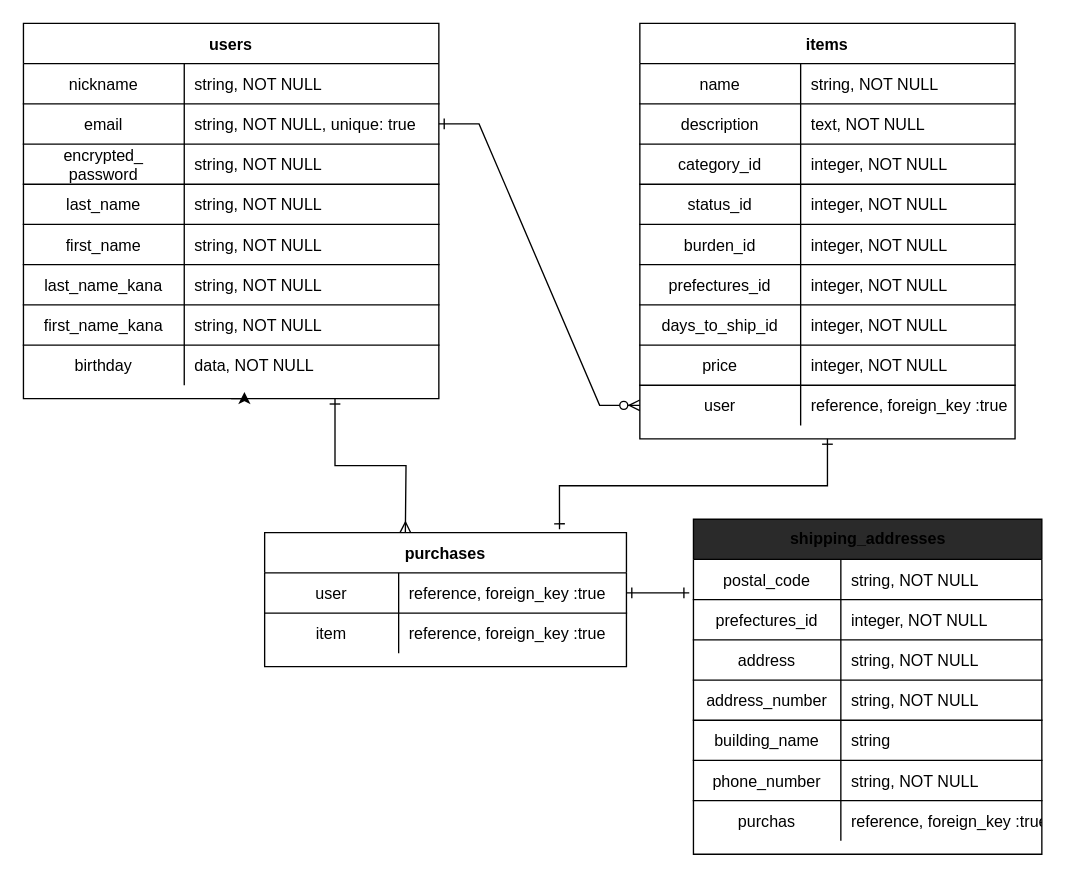
The draw.io diagram furima-35361.dio in natsumi5/furima-35361, before the edit. Source tidied: cells renumbered, new cells numbered last; positions are measured from the earlier drawing's top-left corner, leaving out a move shared by most shapes. Both pictures are drawn from the tidied source at 134%, with x=0, y=0 at pixel (23, 23).
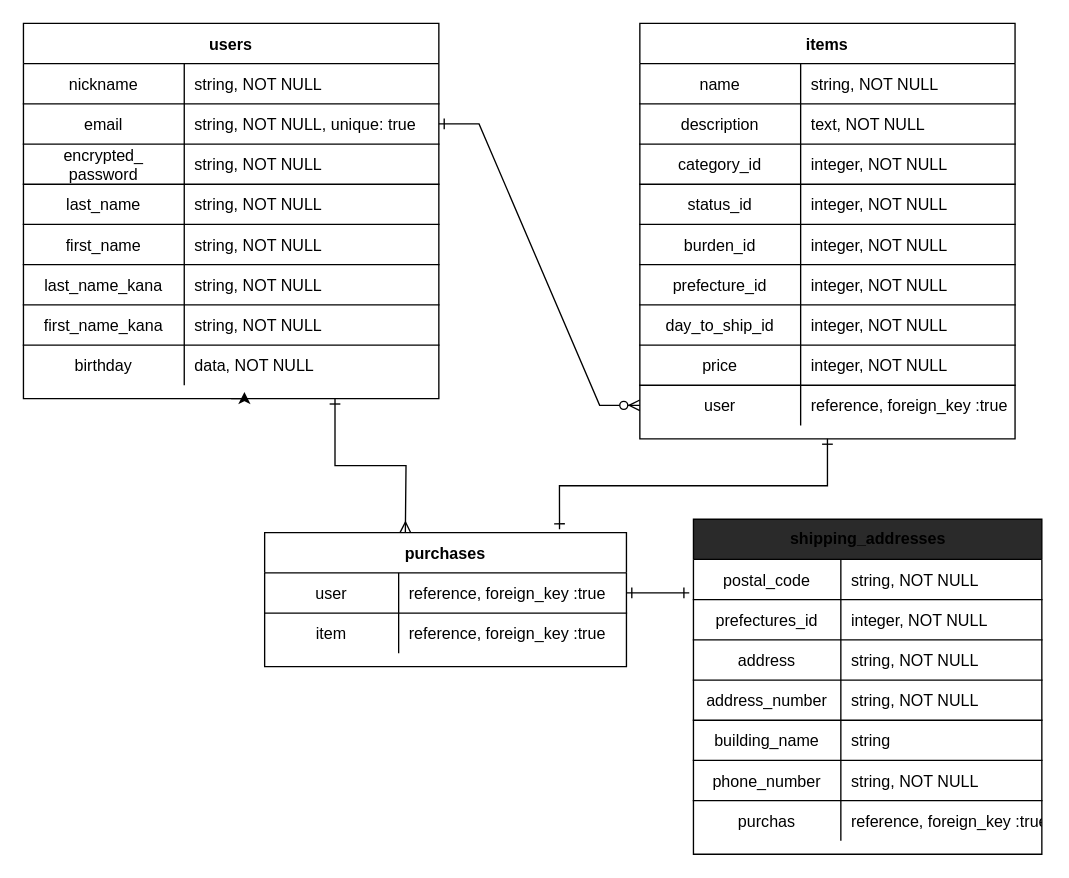
After the change.

Commit message (it also covers changes not shown here):
データベース設計修正４

Unchanged cells that the change refers to:
```xml
<mxCell id="20" style="shape=partialRectangle;fillColor=none;top=0;left=0;right=0;bottom=1;" parent="4" vertex="1">
  <mxGeometry y="180" width="280" height="30" as="geometry" />
</mxCell>
<mxCell id="23" style="shape=partialRectangle;fillColor=none;top=0;left=0;right=0;bottom=1;" parent="4" vertex="1">
  <mxGeometry y="210" width="280" height="30" as="geometry" />
</mxCell>
```

What changed in the source:
```diff
@@
-    <mxCell id="21" value="prefectures_id" style="shape=partialRectangle;overflow=hidden;fillColor=none;top=0;left=0;bottom=0;right=0;fontStyle=0;" parent="20" vertex="1">
+    <mxCell id="21" value="prefecture_id" style="shape=partialRectangle;overflow=hidden;fillColor=none;top=0;left=0;bottom=0;right=0;fontStyle=0;" parent="20" vertex="1">
       <mxGeometry width="120" height="30" as="geometry" />
     </mxCell>
@@
-    <mxCell id="24" value="days_to_ship_id" style="shape=partialRectangle;overflow=hidden;fillColor=none;top=0;left=0;bottom=0;right=0;fontStyle=0;" parent="23" vertex="1">
+    <mxCell id="24" value="day_to_ship_id" style="shape=partialRectangle;overflow=hidden;fillColor=none;top=0;left=0;bottom=0;right=0;fontStyle=0;" parent="23" vertex="1">
       <mxGeometry width="120" height="30" as="geometry" />
     </mxCell>
```
